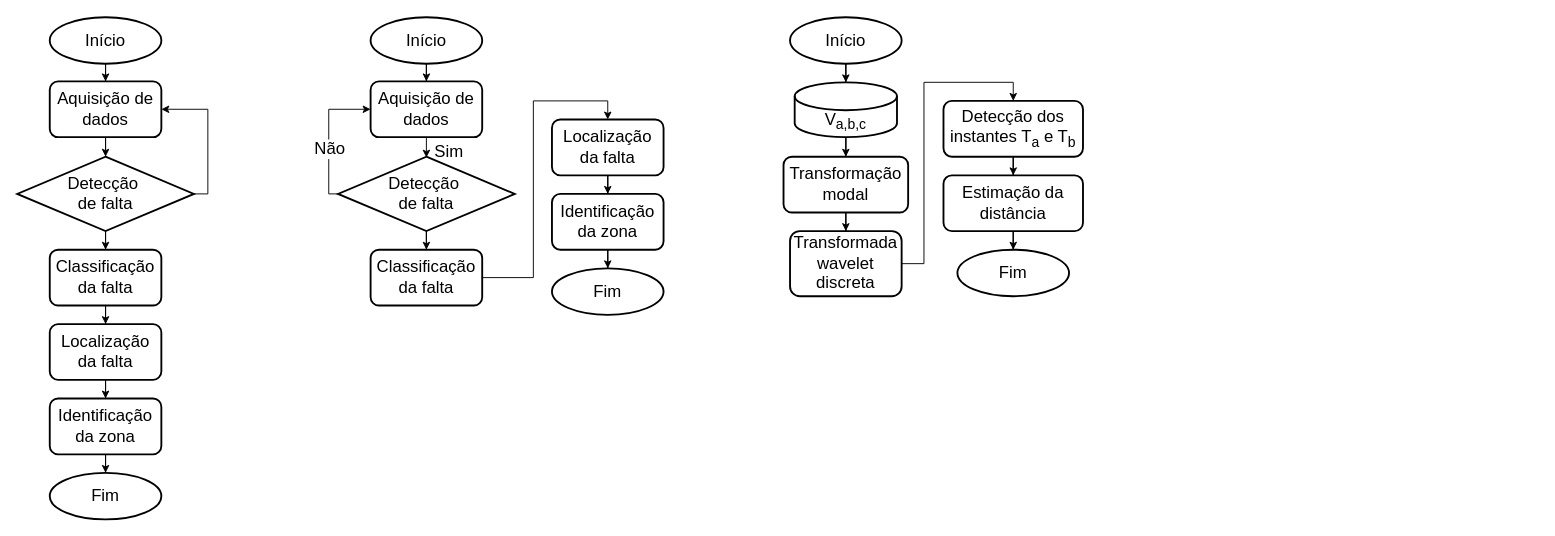
Above: localizacao_ondas_viajantes_cba.drawio in CaioVCGrilo/fluxogramas (draw.io), before the change. Source tidied: cells renumbered, new cells numbered last; positions are measured from the earlier drawing's top-left corner, leaving out a move shared by most shapes. Both pictures are drawn from the tidied source at 93%, with x=0, y=0 at pixel (17, 17).
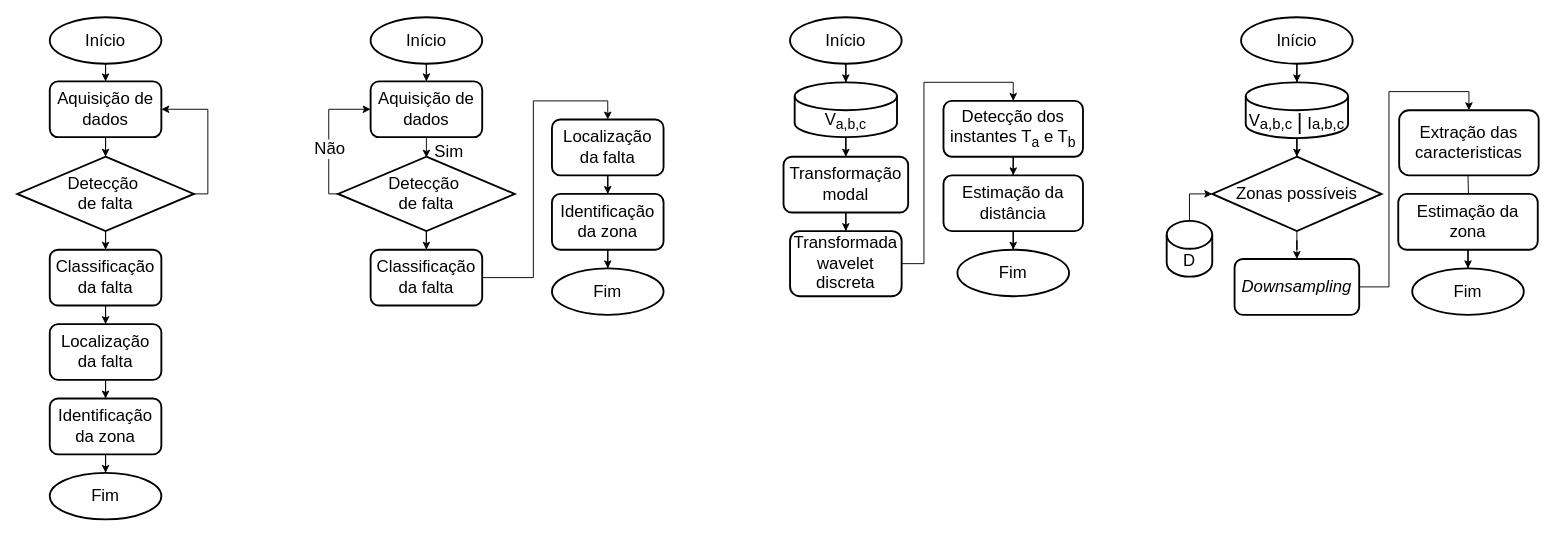
The same diagram, later.

What changed in the source:
```diff
@@
+    <mxCell id="45" style="edgeStyle=orthogonalEdgeStyle;rounded=0;jettySize=auto;html=1;" parent="1" edge="1" source="46" target="48">
+      <mxGeometry relative="1" as="geometry" />
+    </mxCell>
+    <mxCell id="46" value="&lt;font style=&quot;font-size: 18px;&quot;&gt;Início&lt;/font&gt;" style="ellipse;whiteSpace=wrap;html=1;strokeWidth=2;" parent="1" vertex="1">
+      <mxGeometry x="1316" width="120" height="50" as="geometry" />
+    </mxCell>
+    <mxCell id="47" style="edgeStyle=orthogonalEdgeStyle;rounded=0;jettySize=auto;html=1;" parent="1" edge="1" source="48" target="56">
+      <mxGeometry relative="1" as="geometry" />
+    </mxCell>
+    <mxCell id="48" value="&lt;font style=&quot;&quot;&gt;&lt;font style=&quot;&quot;&gt;&lt;span style=&quot;font-size: 18px;&quot;&gt;V&lt;/span&gt;&lt;sub style=&quot;&quot;&gt;&lt;font style=&quot;font-size: 16px;&quot;&gt;a,b,c&lt;/font&gt;&lt;span style=&quot;font-size: 18px;&quot;&gt;&amp;nbsp;&lt;/span&gt;&lt;font style=&quot;font-size: 24px;&quot;&gt;|&lt;/font&gt;&lt;span style=&quot;font-size: 18px;&quot;&gt;&amp;nbsp;&lt;/span&gt;&lt;font style=&quot;font-size: 18px;&quot;&gt;I&lt;/font&gt;&lt;/sub&gt;&lt;/font&gt;&lt;sub style=&quot;&quot;&gt;&lt;font style=&quot;font-size: 16px;&quot;&gt;a,b,c&lt;/font&gt;&lt;/sub&gt;&lt;/font&gt;" style="shape=cylinder3;whiteSpace=wrap;html=1;boundedLbl=1;backgroundOutline=1;size=15;strokeWidth=2;" parent="1" vertex="1">
+      <mxGeometry x="1321" y="70" width="110" height="60" as="geometry" />
+    </mxCell>
+    <mxCell id="49" style="edgeStyle=orthogonalEdgeStyle;rounded=0;jettySize=auto;html=1;entryX=0.5;entryY=0;entryDx=0;entryDy=0;" parent="1" edge="1" target="59">
+      <mxGeometry relative="1" as="geometry">
+        <mxPoint x="1436" y="290" as="sourcePoint" />
+        <Array as="points">
+          <mxPoint x="1475" y="290" />
+          <mxPoint x="1475" y="80" />
+          <mxPoint x="1561" y="80" />
+        </Array>
+      </mxGeometry>
+    </mxCell>
+    <mxCell id="50" value="&lt;font style=&quot;font-size: 18px;&quot;&gt;&lt;i&gt;Downsampling&lt;/i&gt;&lt;/font&gt;" style="rounded=1;whiteSpace=wrap;html=1;strokeWidth=2;" parent="1" vertex="1">
+      <mxGeometry x="1309" y="260" width="134" height="60" as="geometry" />
+    </mxCell>
+    <mxCell id="51" style="edgeStyle=orthogonalEdgeStyle;rounded=0;jettySize=auto;html=1;" parent="1" edge="1" target="53">
+      <mxGeometry relative="1" as="geometry">
+        <mxPoint x="1560" y="170" as="sourcePoint" />
+      </mxGeometry>
+    </mxCell>
+    <mxCell id="52" style="edgeStyle=orthogonalEdgeStyle;rounded=0;jettySize=auto;html=1;" parent="1" edge="1" source="53" target="54">
+      <mxGeometry relative="1" as="geometry" />
+    </mxCell>
+    <mxCell id="53" value="&lt;font style=&quot;font-size: 18px;&quot;&gt;Estimação da zona&lt;/font&gt;" style="rounded=1;whiteSpace=wrap;html=1;strokeWidth=2;" parent="1" vertex="1">
+      <mxGeometry x="1485" y="190" width="150" height="60" as="geometry" />
+    </mxCell>
+    <mxCell id="54" value="&lt;span style=&quot;font-size: 18px;&quot;&gt;Fim&lt;/span&gt;" style="ellipse;whiteSpace=wrap;html=1;strokeWidth=2;" parent="1" vertex="1">
+      <mxGeometry x="1500" y="270" width="120" height="50" as="geometry" />
+    </mxCell>
+    <mxCell id="55" style="edgeStyle=orthogonalEdgeStyle;rounded=0;jettySize=auto;html=1;" parent="1" edge="1" source="56" target="50">
+      <mxGeometry relative="1" as="geometry" />
+    </mxCell>
+    <mxCell id="56" value="&lt;span style=&quot;font-size: 18px;&quot;&gt;Zonas possíveis&lt;/span&gt;" style="rhombus;whiteSpace=wrap;html=1;strokeWidth=2;" parent="1" vertex="1">
+      <mxGeometry x="1285" y="150" width="182" height="80" as="geometry" />
+    </mxCell>
+    <mxCell id="57" style="edgeStyle=orthogonalEdgeStyle;rounded=0;jettySize=auto;html=1;entryX=0;entryY=0.5;entryDx=0;entryDy=0;strokeWidth=1;" parent="1" edge="1" source="58" target="56">
+      <mxGeometry relative="1" as="geometry" />
+    </mxCell>
+    <mxCell id="58" value="&lt;span style=&quot;font-size: 18px;&quot;&gt;D&lt;/span&gt;" style="shape=cylinder3;whiteSpace=wrap;html=1;boundedLbl=1;backgroundOutline=1;size=15;strokeWidth=2;" parent="1" vertex="1">
+      <mxGeometry x="1236" y="219" width="49" height="60" as="geometry" />
+    </mxCell>
+    <mxCell id="59" value="&lt;font style=&quot;font-size: 18px;&quot;&gt;Extração das caracteristicas&lt;/font&gt;" style="rounded=1;whiteSpace=wrap;html=1;strokeWidth=2;" parent="1" vertex="1">
+      <mxGeometry x="1486" y="100" width="150" height="70" as="geometry" />
+    </mxCell>
```
